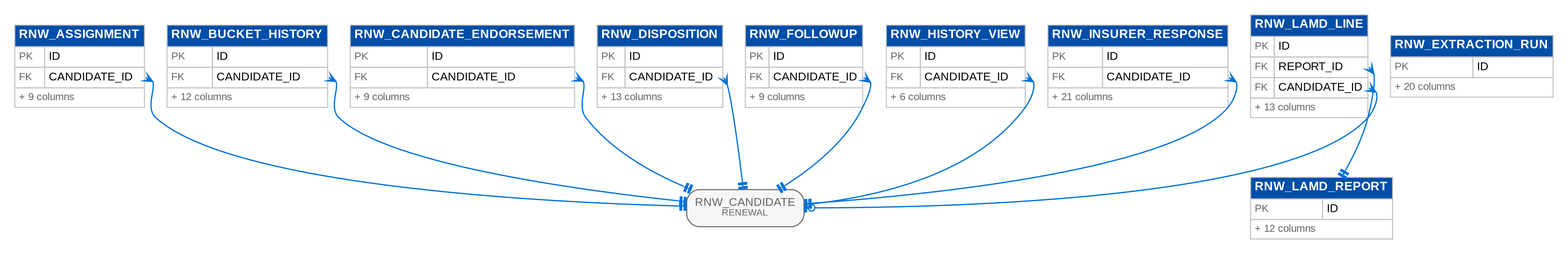
This is docs/deliverables/src/programme/security_data/figures/erd/d11_renewal_2.png from IortaTexhNXT-DEV/FinVerse, a Graphviz export, as it was before one commit. Its source is kept beside it as docs/deliverables/src/programme/security_data/figures/erd/d11_renewal_2.dot.
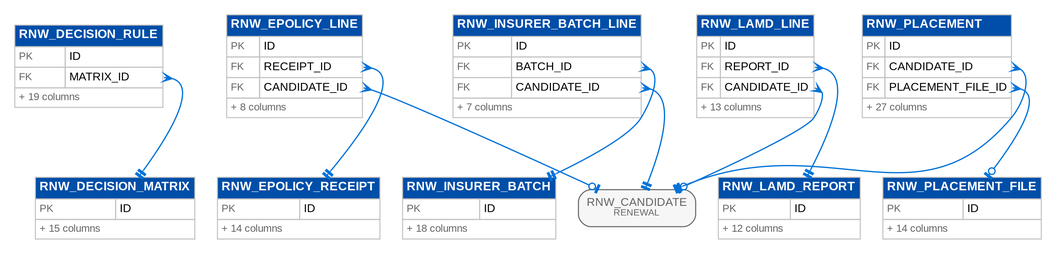
After the commit.

Change to the diagram source:
```diff
@@ -2,24 +2,24 @@
   graph [rankdir=TB, fontname="Arial", nodesep=0.3, ranksep=0.8, pad=0.2, bgcolor="white"];
   node [shape=plain, fontname="Arial"];
   edge [color="@CTA_BLUE", arrowsize=0.8, penwidth=1.2, dir=both];
-  "rnw_assignment" [label=<<table border="0" cellborder="1" cellspacing="0" cellpadding="3" color="@BORDER"><tr><td bgcolor="@HEADER_BLUE" align="left" colspan="2"><font color="@WHITE" point-size="12"><b>RNW_ASSIGNMENT</b></font></td></tr><tr><td align="left"><font point-size="10" color="@MUTED">PK</font></td><td align="left" port="id"><font point-size="11">ID</font></td></tr><tr><td align="left"><font point-size="10" color="@MUTED">FK</font></td><td align="left" port="candidate_id"><font point-size="11">CANDIDATE_ID</font></td></tr><tr><td colspan="2" align="left"><font point-size="10" color="@MUTED">+ 9 columns</font></td></tr></table>>];
-  "rnw_bucket_history" [label=<<table border="0" cellborder="1" cellspacing="0" cellpadding="3" color="@BORDER"><tr><td bgcolor="@HEADER_BLUE" align="left" colspan="2"><font color="@WHITE" point-size="12"><b>RNW_BUCKET_HISTORY</b></font></td></tr><tr><td align="left"><font point-size="10" color="@MUTED">PK</font></td><td align="left" port="id"><font point-size="11">ID</font></td></tr><tr><td align="left"><font point-size="10" color="@MUTED">FK</font></td><td align="left" port="candidate_id"><font point-size="11">CANDIDATE_ID</font></td></tr><tr><td colspan="2" align="left"><font point-size="10" color="@MUTED">+ 12 columns</font></td></tr></table>>];
-  "rnw_candidate_endorsement" [label=<<table border="0" cellborder="1" cellspacing="0" cellpadding="3" color="@BORDER"><tr><td bgcolor="@HEADER_BLUE" align="left" colspan="2"><font color="@WHITE" point-size="12"><b>RNW_CANDIDATE_ENDORSEMENT</b></font></td></tr><tr><td align="left"><font point-size="10" color="@MUTED">PK</font></td><td align="left" port="id"><font point-size="11">ID</font></td></tr><tr><td align="left"><font point-size="10" color="@MUTED">FK</font></td><td align="left" port="candidate_id"><font point-size="11">CANDIDATE_ID</font></td></tr><tr><td colspan="2" align="left"><font point-size="10" color="@MUTED">+ 9 columns</font></td></tr></table>>];
-  "rnw_disposition" [label=<<table border="0" cellborder="1" cellspacing="0" cellpadding="3" color="@BORDER"><tr><td bgcolor="@HEADER_BLUE" align="left" colspan="2"><font color="@WHITE" point-size="12"><b>RNW_DISPOSITION</b></font></td></tr><tr><td align="left"><font point-size="10" color="@MUTED">PK</font></td><td align="left" port="id"><font point-size="11">ID</font></td></tr><tr><td align="left"><font point-size="10" color="@MUTED">FK</font></td><td align="left" port="candidate_id"><font point-size="11">CANDIDATE_ID</font></td></tr><tr><td colspan="2" align="left"><font point-size="10" color="@MUTED">+ 13 columns</font></td></tr></table>>];
-  "rnw_extraction_run" [label=<<table border="0" cellborder="1" cellspacing="0" cellpadding="3" color="@BORDER"><tr><td bgcolor="@HEADER_BLUE" align="left" colspan="2"><font color="@WHITE" point-size="12"><b>RNW_EXTRACTION_RUN</b></font></td></tr><tr><td align="left"><font point-size="10" color="@MUTED">PK</font></td><td align="left" port="id"><font point-size="11">ID</font></td></tr><tr><td colspan="2" align="left"><font point-size="10" color="@MUTED">+ 20 columns</font></td></tr></table>>];
-  "rnw_followup" [label=<<table border="0" cellborder="1" cellspacing="0" cellpadding="3" color="@BORDER"><tr><td bgcolor="@HEADER_BLUE" align="left" colspan="2"><font color="@WHITE" point-size="12"><b>RNW_FOLLOWUP</b></font></td></tr><tr><td align="left"><font point-size="10" color="@MUTED">PK</font></td><td align="left" port="id"><font point-size="11">ID</font></td></tr><tr><td align="left"><font point-size="10" color="@MUTED">FK</font></td><td align="left" port="candidate_id"><font point-size="11">CANDIDATE_ID</font></td></tr><tr><td colspan="2" align="left"><font point-size="10" color="@MUTED">+ 9 columns</font></td></tr></table>>];
-  "rnw_history_view" [label=<<table border="0" cellborder="1" cellspacing="0" cellpadding="3" color="@BORDER"><tr><td bgcolor="@HEADER_BLUE" align="left" colspan="2"><font color="@WHITE" point-size="12"><b>RNW_HISTORY_VIEW</b></font></td></tr><tr><td align="left"><font point-size="10" color="@MUTED">PK</font></td><td align="left" port="id"><font point-size="11">ID</font></td></tr><tr><td align="left"><font point-size="10" color="@MUTED">FK</font></td><td align="left" port="candidate_id"><font point-size="11">CANDIDATE_ID</font></td></tr><tr><td colspan="2" align="left"><font point-size="10" color="@MUTED">+ 6 columns</font></td></tr></table>>];
-  "rnw_insurer_response" [label=<<table border="0" cellborder="1" cellspacing="0" cellpadding="3" color="@BORDER"><tr><td bgcolor="@HEADER_BLUE" align="left" colspan="2"><font color="@WHITE" point-size="12"><b>RNW_INSURER_RESPONSE</b></font></td></tr><tr><td align="left"><font point-size="10" color="@MUTED">PK</font></td><td align="left" port="id"><font point-size="11">ID</font></td></tr><tr><td align="left"><font point-size="10" color="@MUTED">FK</font></td><td align="left" port="candidate_id"><font point-size="11">CANDIDATE_ID</font></td></tr><tr><td colspan="2" align="left"><font point-size="10" color="@MUTED">+ 21 columns</font></td></tr></table>>];
+  "rnw_decision_matrix" [label=<<table border="0" cellborder="1" cellspacing="0" cellpadding="3" color="@BORDER"><tr><td bgcolor="@HEADER_BLUE" align="left" colspan="2"><font color="@WHITE" point-size="12"><b>RNW_DECISION_MATRIX</b></font></td></tr><tr><td align="left"><font point-size="10" color="@MUTED">PK</font></td><td align="left" port="id"><font point-size="11">ID</font></td></tr><tr><td colspan="2" align="left"><font point-size="10" color="@MUTED">+ 15 columns</font></td></tr></table>>];
+  "rnw_decision_rule" [label=<<table border="0" cellborder="1" cellspacing="0" cellpadding="3" color="@BORDER"><tr><td bgcolor="@HEADER_BLUE" align="left" colspan="2"><font color="@WHITE" point-size="12"><b>RNW_DECISION_RULE</b></font></td></tr><tr><td align="left"><font point-size="10" color="@MUTED">PK</font></td><td align="left" port="id"><font point-size="11">ID</font></td></tr><tr><td align="left"><font point-size="10" color="@MUTED">FK</font></td><td align="left" port="matrix_id"><font point-size="11">MATRIX_ID</font></td></tr><tr><td colspan="2" align="left"><font point-size="10" color="@MUTED">+ 19 columns</font></td></tr></table>>];
+  "rnw_epolicy_line" [label=<<table border="0" cellborder="1" cellspacing="0" cellpadding="3" color="@BORDER"><tr><td bgcolor="@HEADER_BLUE" align="left" colspan="2"><font color="@WHITE" point-size="12"><b>RNW_EPOLICY_LINE</b></font></td></tr><tr><td align="left"><font point-size="10" color="@MUTED">PK</font></td><td align="left" port="id"><font point-size="11">ID</font></td></tr><tr><td align="left"><font point-size="10" color="@MUTED">FK</font></td><td align="left" port="receipt_id"><font point-size="11">RECEIPT_ID</font></td></tr><tr><td align="left"><font point-size="10" color="@MUTED">FK</font></td><td align="left" port="candidate_id"><font point-size="11">CANDIDATE_ID</font></td></tr><tr><td colspan="2" align="left"><font point-size="10" color="@MUTED">+ 8 columns</font></td></tr></table>>];
+  "rnw_epolicy_receipt" [label=<<table border="0" cellborder="1" cellspacing="0" cellpadding="3" color="@BORDER"><tr><td bgcolor="@HEADER_BLUE" align="left" colspan="2"><font color="@WHITE" point-size="12"><b>RNW_EPOLICY_RECEIPT</b></font></td></tr><tr><td align="left"><font point-size="10" color="@MUTED">PK</font></td><td align="left" port="id"><font point-size="11">ID</font></td></tr><tr><td colspan="2" align="left"><font point-size="10" color="@MUTED">+ 14 columns</font></td></tr></table>>];
+  "rnw_insurer_batch" [label=<<table border="0" cellborder="1" cellspacing="0" cellpadding="3" color="@BORDER"><tr><td bgcolor="@HEADER_BLUE" align="left" colspan="2"><font color="@WHITE" point-size="12"><b>RNW_INSURER_BATCH</b></font></td></tr><tr><td align="left"><font point-size="10" color="@MUTED">PK</font></td><td align="left" port="id"><font point-size="11">ID</font></td></tr><tr><td colspan="2" align="left"><font point-size="10" color="@MUTED">+ 18 columns</font></td></tr></table>>];
+  "rnw_insurer_batch_line" [label=<<table border="0" cellborder="1" cellspacing="0" cellpadding="3" color="@BORDER"><tr><td bgcolor="@HEADER_BLUE" align="left" colspan="2"><font color="@WHITE" point-size="12"><b>RNW_INSURER_BATCH_LINE</b></font></td></tr><tr><td align="left"><font point-size="10" color="@MUTED">PK</font></td><td align="left" port="id"><font point-size="11">ID</font></td></tr><tr><td align="left"><font point-size="10" color="@MUTED">FK</font></td><td align="left" port="batch_id"><font point-size="11">BATCH_ID</font></td></tr><tr><td align="left"><font point-size="10" color="@MUTED">FK</font></td><td align="left" port="candidate_id"><font point-size="11">CANDIDATE_ID</font></td></tr><tr><td colspan="2" align="left"><font point-size="10" color="@MUTED">+ 7 columns</font></td></tr></table>>];
   "rnw_lamd_line" [label=<<table border="0" cellborder="1" cellspacing="0" cellpadding="3" color="@BORDER"><tr><td bgcolor="@HEADER_BLUE" align="left" colspan="2"><font color="@WHITE" point-size="12"><b>RNW_LAMD_LINE</b></font></td></tr><tr><td align="left"><font point-size="10" color="@MUTED">PK</font></td><td align="left" port="id"><font point-size="11">ID</font></td></tr><tr><td align="left"><font point-size="10" color="@MUTED">FK</font></td><td align="left" port="report_id"><font point-size="11">REPORT_ID</font></td></tr><tr><td align="left"><font point-size="10" color="@MUTED">FK</font></td><td align="left" port="candidate_id"><font point-size="11">CANDIDATE_ID</font></td></tr><tr><td colspan="2" align="left"><font point-size="10" color="@MUTED">+ 13 columns</font></td></tr></table>>];
   "rnw_lamd_report" [label=<<table border="0" cellborder="1" cellspacing="0" cellpadding="3" color="@BORDER"><tr><td bgcolor="@HEADER_BLUE" align="left" colspan="2"><font color="@WHITE" point-size="12"><b>RNW_LAMD_REPORT</b></font></td></tr><tr><td align="left"><font point-size="10" color="@MUTED">PK</font></td><td align="left" port="id"><font point-size="11">ID</font></td></tr><tr><td colspan="2" align="left"><font point-size="10" color="@MUTED">+ 12 columns</font></td></tr></table>>];
+  "rnw_placement" [label=<<table border="0" cellborder="1" cellspacing="0" cellpadding="3" color="@BORDER"><tr><td bgcolor="@HEADER_BLUE" align="left" colspan="2"><font color="@WHITE" point-size="12"><b>RNW_PLACEMENT</b></font></td></tr><tr><td align="left"><font point-size="10" color="@MUTED">PK</font></td><td align="left" port="id"><font point-size="11">ID</font></td></tr><tr><td align="left"><font point-size="10" color="@MUTED">FK</font></td><td align="left" port="candidate_id"><font point-size="11">CANDIDATE_ID</font></td></tr><tr><td align="left"><font point-size="10" color="@MUTED">FK</font></td><td align="left" port="placement_file_id"><font point-size="11">PLACEMENT_FILE_ID</font></td></tr><tr><td colspan="2" align="left"><font point-size="10" color="@MUTED">+ 27 columns</font></td></tr></table>>];
+  "rnw_placement_file" [label=<<table border="0" cellborder="1" cellspacing="0" cellpadding="3" color="@BORDER"><tr><td bgcolor="@HEADER_BLUE" align="left" colspan="2"><font color="@WHITE" point-size="12"><b>RNW_PLACEMENT_FILE</b></font></td></tr><tr><td align="left"><font point-size="10" color="@MUTED">PK</font></td><td align="left" port="id"><font point-size="11">ID</font></td></tr><tr><td colspan="2" align="left"><font point-size="10" color="@MUTED">+ 14 columns</font></td></tr></table>>];
   "rnw_candidate" [shape=box, style="rounded,filled", fillcolor="@DIRTY_WHITE", color="@MUTED", fontsize=11, label=<<font color="@MUTED">RNW_CANDIDATE<br/><font point-size="9">RENEWAL</font></font>>];
-  "rnw_assignment":"candidate_id" -> "rnw_candidate" [arrowtail=crow, arrowhead=teetee];
-  "rnw_bucket_history":"candidate_id" -> "rnw_candidate" [arrowtail=crow, arrowhead=teetee];
-  "rnw_candidate_endorsement":"candidate_id" -> "rnw_candidate" [arrowtail=crow, arrowhead=teetee];
-  "rnw_disposition":"candidate_id" -> "rnw_candidate" [arrowtail=crow, arrowhead=teetee];
-  "rnw_followup":"candidate_id" -> "rnw_candidate" [arrowtail=crow, arrowhead=teetee];
-  "rnw_history_view":"candidate_id" -> "rnw_candidate" [arrowtail=crow, arrowhead=teetee];
-  "rnw_insurer_response":"candidate_id" -> "rnw_candidate" [arrowtail=crow, arrowhead=teetee];
+  "rnw_decision_rule":"matrix_id" -> "rnw_decision_matrix" [arrowtail=crow, arrowhead=teetee];
+  "rnw_epolicy_line":"candidate_id" -> "rnw_candidate" [arrowtail=crow, arrowhead=teeodot];
+  "rnw_epolicy_line":"receipt_id" -> "rnw_epolicy_receipt" [arrowtail=crow, arrowhead=teetee];
+  "rnw_insurer_batch_line":"batch_id" -> "rnw_insurer_batch" [arrowtail=crow, arrowhead=teetee];
+  "rnw_insurer_batch_line":"candidate_id" -> "rnw_candidate" [arrowtail=crow, arrowhead=teetee];
   "rnw_lamd_line":"candidate_id" -> "rnw_candidate" [arrowtail=crow, arrowhead=teeodot];
   "rnw_lamd_line":"report_id" -> "rnw_lamd_report" [arrowtail=crow, arrowhead=teetee];
+  "rnw_placement":"candidate_id" -> "rnw_candidate" [arrowtail=crow, arrowhead=teetee];
+  "rnw_placement":"placement_file_id" -> "rnw_placement_file" [arrowtail=crow, arrowhead=teeodot];
 }
```
